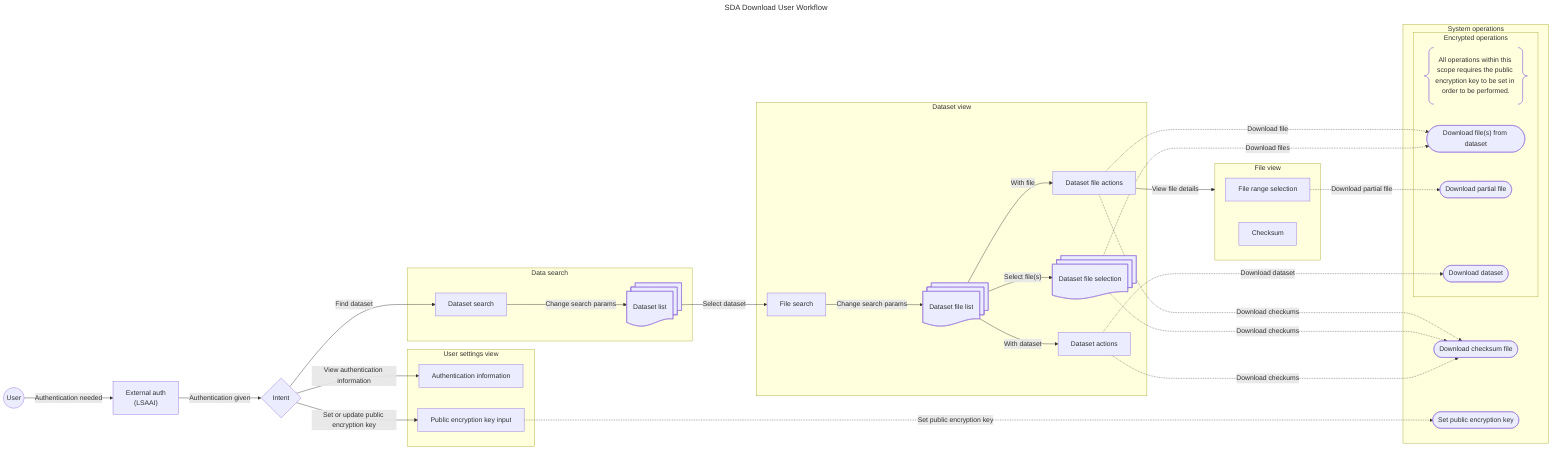
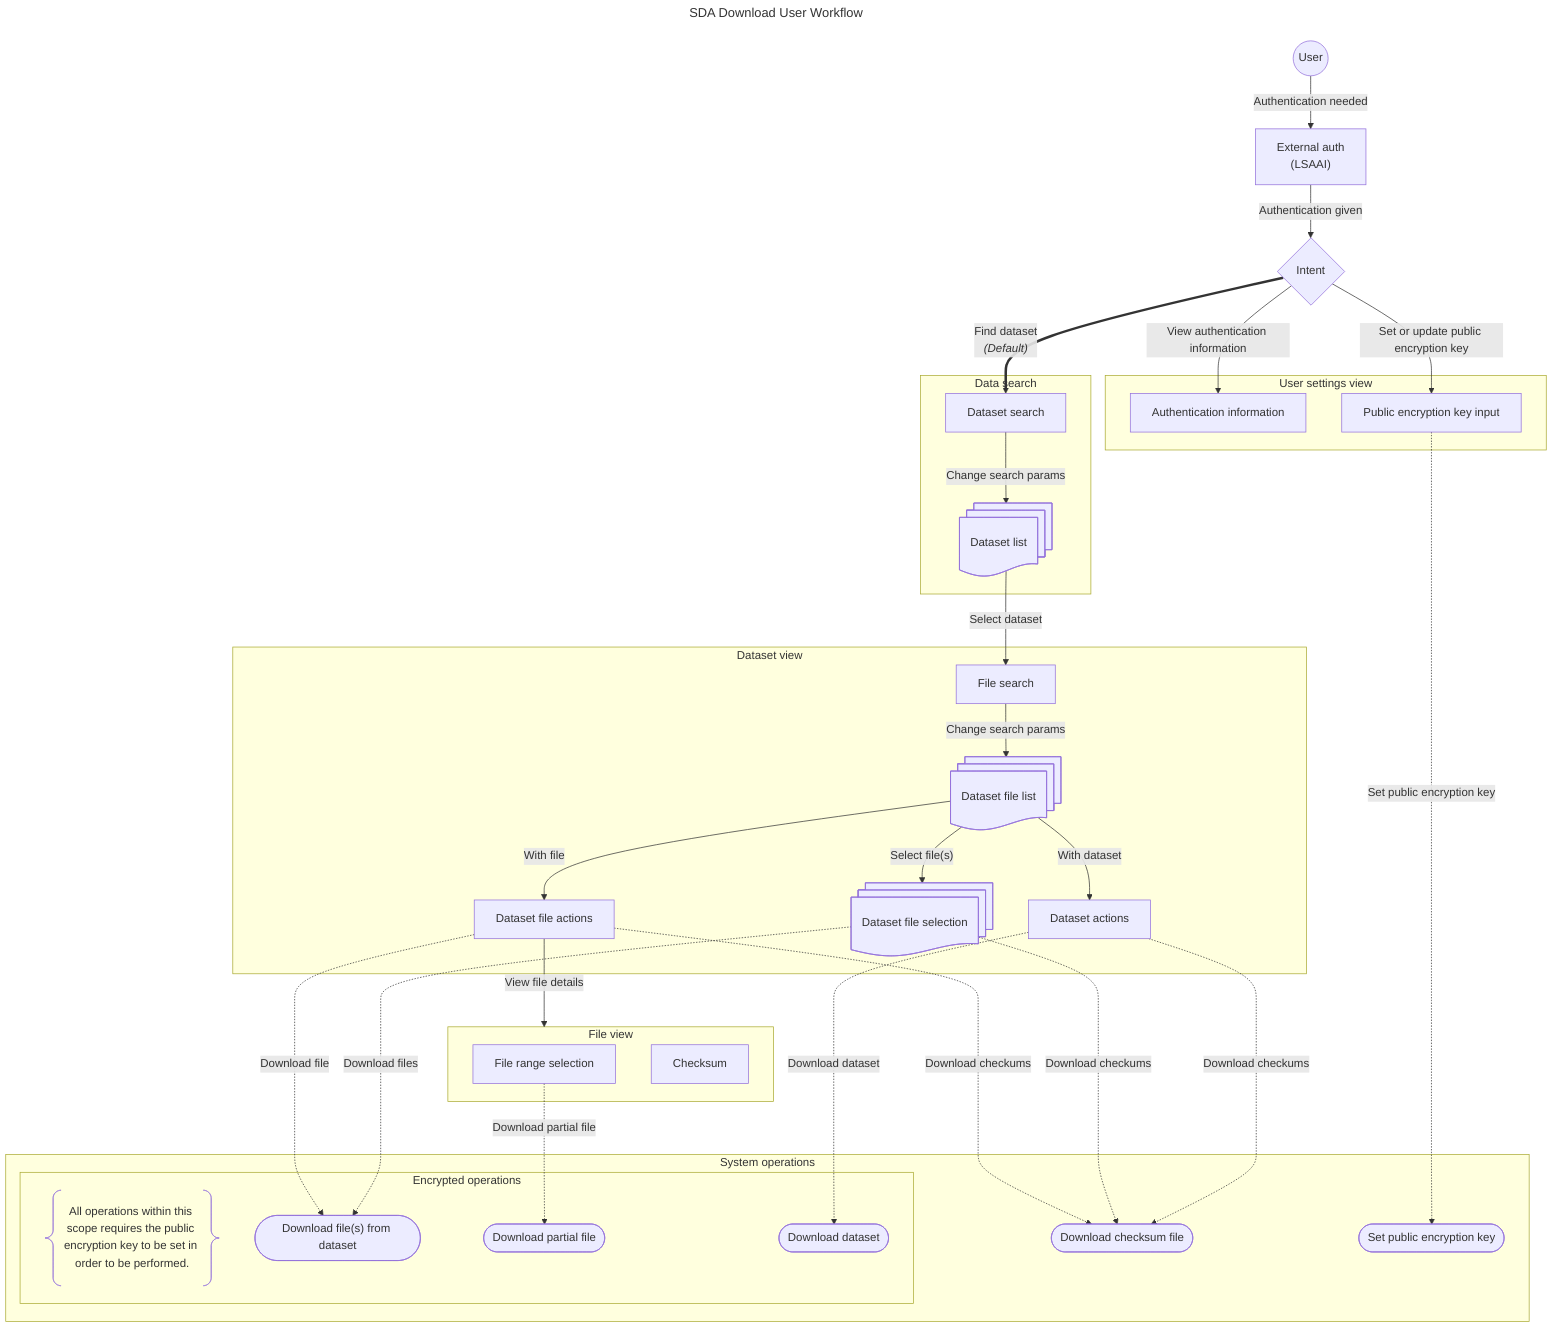
---
title: SDA Download User Workflow
---

- flowchart LR
+ flowchart TD
    user@{ shape: circle, label: "User" }
    intent@{ shape: diamond, label: "Intent" }

    subgraph ds_search_view["Data search"]
        ds_list@{ shape: docs, label: "Dataset list"}
        ds_search[Dataset search]
    end

    subgraph ds_view["Dataset view"]
        ds_file_search[File search]
        ds_file_list@{ shape: docs, label: "Dataset file list"}
        ds_file_selection@{ shape: docs, label: "Dataset file selection"}
        ds_file_actions[Dataset file actions]
        ds_actions[Dataset actions]
    end

    subgraph user_settings_view["User settings view"]
        user_auth_info["Authentication information"]
        user_public_key["Public encryption key input"]
    end

    subgraph file_view["File view"]
        file_range_selection[File range selection]
        file_checksum[Checksum]
    end

    subgraph system_operations["System operations"]
        subgraph encrypted_operations["Encrypted operations"]
            encrypted_operations_description@{ shape: braces, label: "All operations within this scope requires the public encryption key to be set in order to be performed." }
            ds_file_download@{ shape: stadium, label: "Download file(s) from dataset"}
            ds_partial_file_download@{ shape: stadium, label: "Download partial file"}
            ds_download@{ shape: stadium, label: "Download dataset"}
        end
        download_checksum_file@{ shape: stadium, label: "Download checksum file"}
        user_set_public_key@{ shape: stadium, label: "Set public encryption key"}
    end

    lsaai_auth["External auth<br>(LSAAI)"]

    user -- "Authentication needed" --> lsaai_auth
    lsaai_auth -- "Authentication given" --> intent
-     intent -- "Find dataset" --> ds_search
+ 
+     intent == "Find dataset<br><i>(Default)</i>" ==> ds_search
    intent -- "Set or update public encryption key" --> user_public_key
    intent -- "View authentication information" --> user_auth_info
+ 
    ds_search -- "Change search params" --> ds_list
    ds_list -- "Select dataset" --> ds_file_search
    ds_file_search -- "Change search params" --> ds_file_list

    ds_file_list -- "Select file(s)" --> ds_file_selection
    ds_file_list -- "With file" --> ds_file_actions
    ds_file_list -- "With dataset" --> ds_actions

    ds_file_actions -. "Download file" .-> ds_file_download
    ds_file_actions -- "View file details" --> file_view
    ds_file_actions -. "Download checkums" .-> download_checksum_file

    ds_file_selection -. "Download files" .-> ds_file_download
    ds_file_selection -. "Download checkums" .-> download_checksum_file

    file_range_selection -. "Download partial file" .-> ds_partial_file_download

    ds_actions -. "Download dataset" .-> ds_download
    ds_actions -. "Download checkums" .-> download_checksum_file

    user_public_key -. "Set public encryption key" .-> user_set_public_key